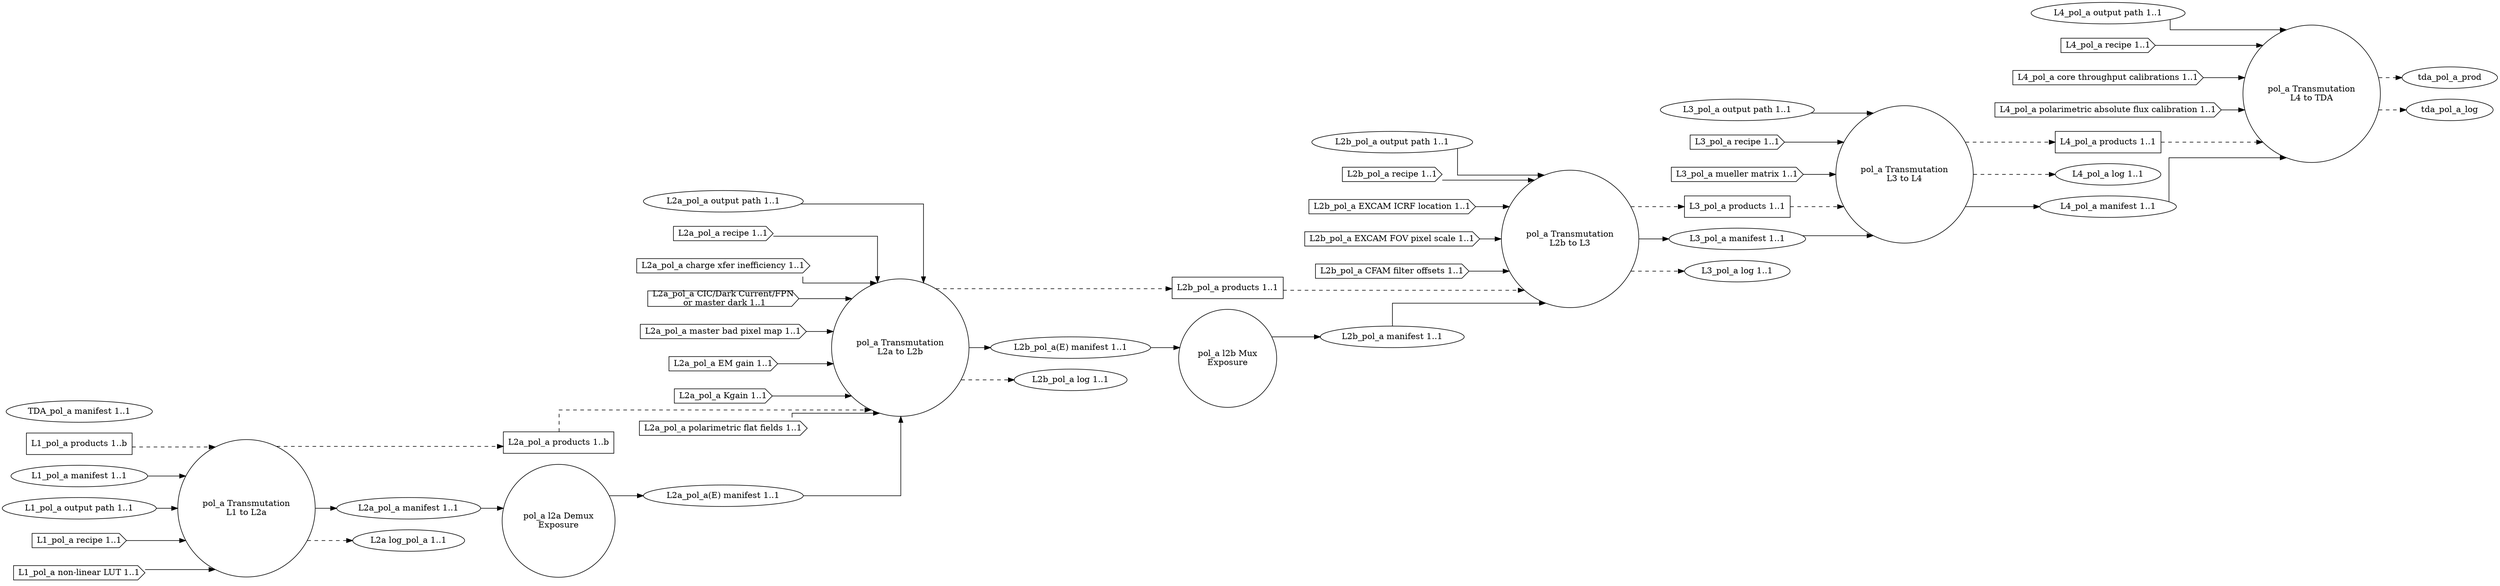
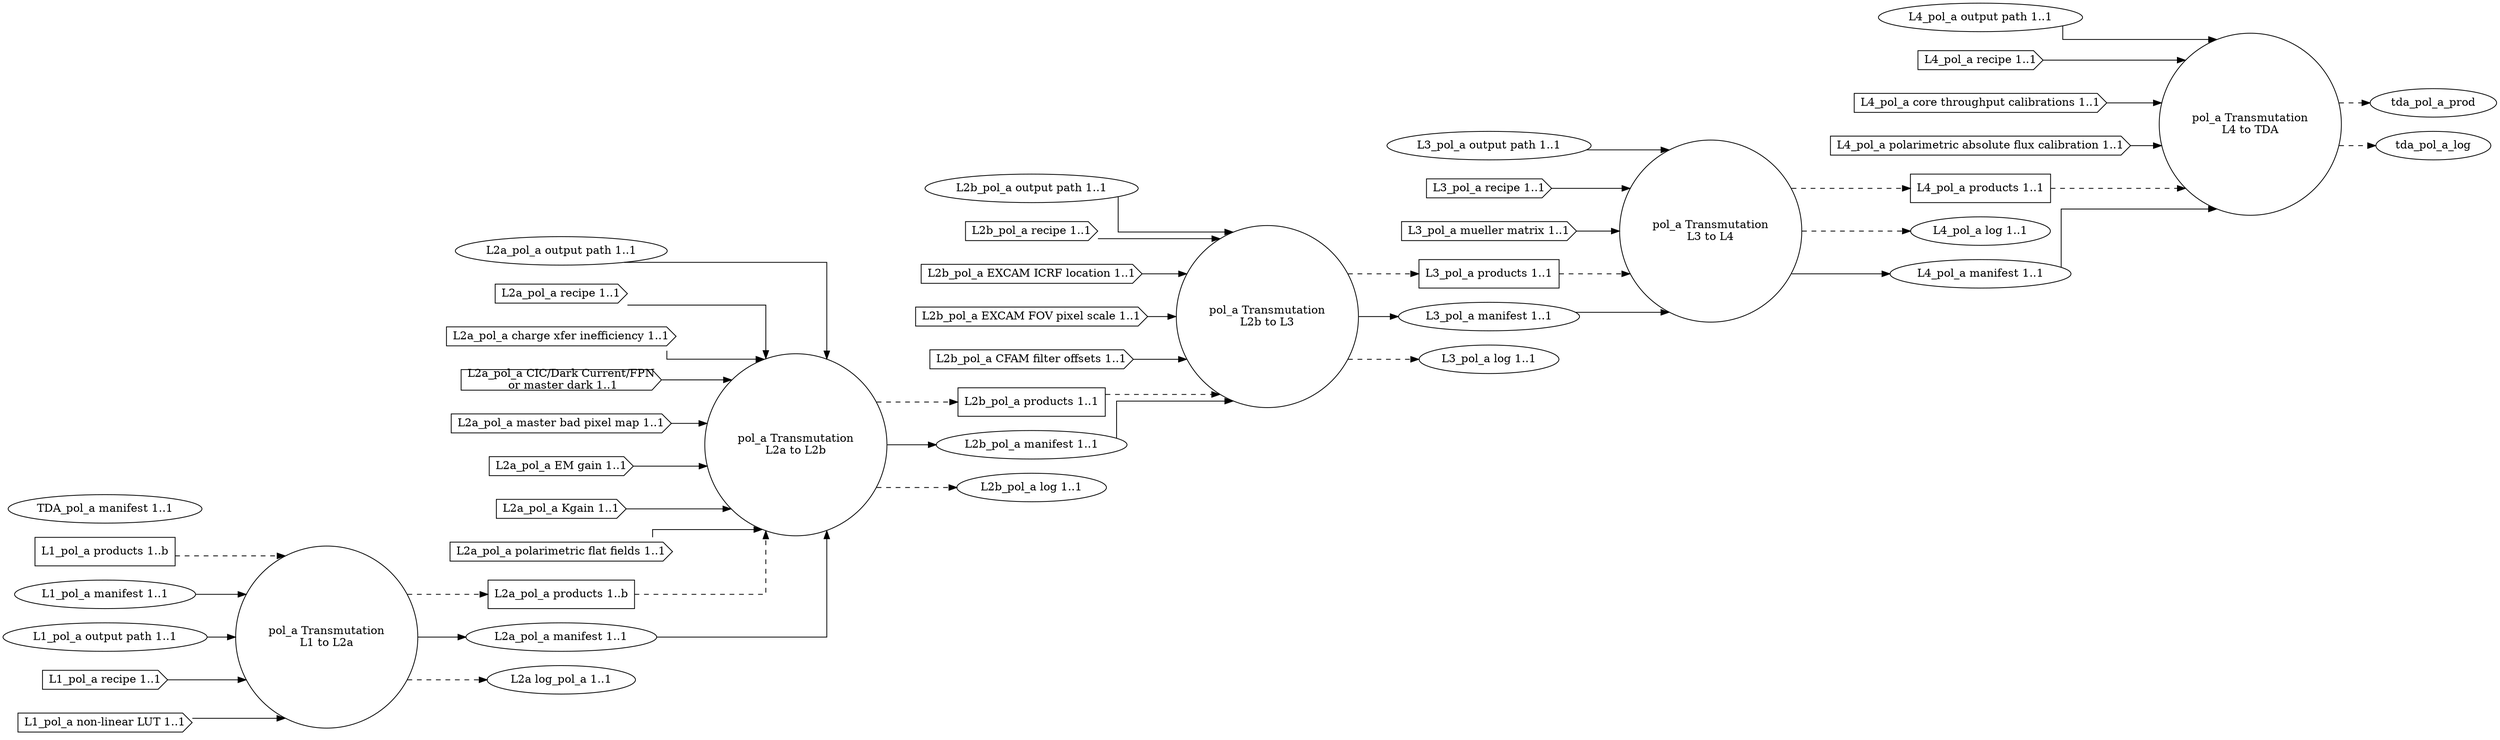
digraph PolarimetryAnalog {
graph [splines="ortho", rankdir=LR];
trans_pol_a_l1_l2a [label="pol_a Transmutation\nL1 to L2a", shape="circle", runname="l1.transmutation_pol_a", runtype="dawgie.Algorithm", fsmtype="dip.base.Runner"];
- l2a_pol_a_demux [label="pol_a l2a Demux\nExposure", shape="circle", runname="l2a.demux_pol_a", runtype="dawgie.Algorithm", fsmtype="dip.clerk.impls.demux.FSM"];
trans_pol_a_l2a_l2b [label="pol_a Transmutation\nL2a to L2b", shape="circle", runname="l2a.transmutation_pol_a", runtype="dawgie.Algorithm", fsmtype="dip.base.Runner"];
- l2b_pol_a_mux [label="pol_a l2b Mux\nExposure", shape="circle", runname="l2b.mux_pol_a", runtype="dawgie.Analyzer", fsmtype="dip.clerk.impls.mux.FSM"];
trans_pol_a_l2b_l3 [label="pol_a Transmutation\nL2b to L3", shape="circle", runname="l2b.transmutation_pol_a", runtype="dawgie.Algorithm", fsmtype="dip.base.Runner"];
trans_pol_a_l3_l4 [label="pol_a Transmutation\nL3 to L4", shape="circle", runname="l3.transmutation_pol_a", runtype="dawgie.Algorithm", fsmtype="dip.base.Runner"];
trans_pol_a_l4_tda [label="pol_a Transmutation\nL4 to TDA", shape="circle", runname="l4.transmutation_pol_a", runtype="dawgie.Algorithm", fsmtype="dip.base.Runner"];
l1_pol_a_prod [label="L1_pol_a products 1..b", shape="rectangle"];
l1_pol_a_man [label="L1_pol_a manifest 1..1", shape="ellipse"];
l1_pol_a_odir [label="L1_pol_a output path 1..1", shape="ellipse"];
l1_pol_a_rec [label="L1_pol_a recipe 1..1", shape="cds"];
l1_pol_a_nllut [label="L1_pol_a non-linear LUT 1..1", shape="cds"];
l2a_pol_a_prod [label="L2a_pol_a products 1..b", shape="rectangle"];
l2a_pol_a_man [label="L2a_pol_a manifest 1..1", shape="ellipse", valname="l1.transmutation_pol_a.product.manifest", valtype="dip.base.Manifest"];
l2a_pol_a_odir [label="L2a_pol_a output path 1..1", shape="ellipse"];
l2a_pol_a_rec [label="L2a_pol_a recipe 1..1", shape="cds"];
l2a_pol_a_cti [label="L2a_pol_a charge xfer inefficiency 1..1", shape="cds"];
l2a_pol_a_dnb [label="L2a_pol_a CIC/Dark Current/FPN\n or master dark 1..1", shape="cds"];
l2a_pol_a_mbpm [label="L2a_pol_a master bad pixel map 1..1", shape="cds"];
l2a_pol_a_emg [label="L2a_pol_a EM gain 1..1", shape="cds"];
l2a_pol_a_kgain [label="L2a_pol_a Kgain 1..1", shape="cds"];
l2a_pol_a_polff [label="L2a_pol_a polarimetric flat fields 1..1", shape="cds"];
l2a_pol_a_log [label="L2a log_pol_a 1..1", shape="ellipse"];
- l2a_pol_a_man_demux [label="L2a_pol_a(E) manifest 1..1", shape="ellipse", valname="l2a.demux_pol_a.product.manifest", valtype="dip.base.Manifest"];
l2b_pol_a_prod [label="L2b_pol_a products 1..1", shape="rectangle"];
- l2b_pol_a_man [label="L2b_pol_a manifest 1..1", shape="ellipse", valname="l2b.mux_pol_a.product.manifest", valtype="dip.base.Manifest"];
+ l2b_pol_a_man [label="L2b_pol_a manifest 1..1", shape="ellipse", valname="l2b.transmutation_pol_a.product.manifest", valtype="dip.base.Manifest"];
l2b_pol_a_odir [label="L2b_pol_a output path 1..1", shape="ellipse"];
l2b_pol_a_rec [label="L2b_pol_a recipe 1..1", shape="cds"];
l2b_pol_a_excicrf [label="L2b_pol_a EXCAM ICRF location 1..1", shape="cds"];
l2b_pol_a_excfovps [label="L2b_pol_a EXCAM FOV pixel scale 1..1", shape="cds"];
l2b_pol_a_cfamfo [label="L2b_pol_a CFAM filter offsets 1..1", shape="cds"];
- l2b_pol_a_man_demux [label="L2b_pol_a(E) manifest 1..1", shape="ellipse", valname="l2a.transmutation_pol_a.product.manifest", valtype="dip.base.Manifest"];
l2b_pol_a_log [label="L2b_pol_a log 1..1", shape="ellipse"];
l3_pol_a_prod [label="L3_pol_a products 1..1", shape="rectangle"];
l3_pol_a_odir [label="L3_pol_a output path 1..1", shape="ellipse"];
l3_pol_a_man [label="L3_pol_a manifest 1..1", shape="ellipse", valname="l2b.transmutation_pol_a.product.manifest", valtype="dip.base.Manifest"];
l3_pol_a_rec [label="L3_pol_a recipe 1..1", shape="cds"];
l3_pol_a_mueller [label="L3_pol_a mueller matrix 1..1", shape="cds"];
l3_pol_a_log [label="L3_pol_a log 1..1", shape="ellipse"];
l4_pol_a_prod [label="L4_pol_a products 1..1", shape="rectangle"];
l4_pol_a_log [label="L4_pol_a log 1..1", shape="ellipse"];
l4_pol_a_man [label="L4_pol_a manifest 1..1", shape="ellipse", valname="l3.transmutation_pol_a.product.manifest", valtype="dip.base.Manifest"];
l4_pol_a_odir [label="L4_pol_a output path 1..1", shape="ellipse"];
l4_pol_a_rec [label="L4_pol_a recipe 1..1", shape="cds"];
l4_pol_a_ctcal [label="L4_pol_a core throughput calibrations 1..1", shape="cds"];
l4_pol_a_afcal [label="L4_pol_a polarimetric absolute flux calibration 1..1", shape="cds"];
tda_pol_a_man [label="TDA_pol_a manifest 1..1", shape="ellipse", valname="l4.transmutation_pol_a.product.manifest", valtype="dip.base.Manifest"];
l1_pol_a_prod -> trans_pol_a_l1_l2a [style="dashed"];
l1_pol_a_man -> trans_pol_a_l1_l2a;
l1_pol_a_odir -> trans_pol_a_l1_l2a;
l1_pol_a_rec -> trans_pol_a_l1_l2a;
l1_pol_a_nllut -> trans_pol_a_l1_l2a;
trans_pol_a_l1_l2a -> l2a_pol_a_prod [style="dashed"];
trans_pol_a_l1_l2a -> l2a_pol_a_man;
trans_pol_a_l1_l2a -> l2a_pol_a_log [style="dashed"];
l2a_pol_a_prod -> trans_pol_a_l2a_l2b [style="dashed"];
l2a_pol_a_odir -> trans_pol_a_l2a_l2b;
l2a_pol_a_rec -> trans_pol_a_l2a_l2b;
l2a_pol_a_cti -> trans_pol_a_l2a_l2b;
l2a_pol_a_dnb -> trans_pol_a_l2a_l2b;
l2a_pol_a_mbpm -> trans_pol_a_l2a_l2b;
l2a_pol_a_emg -> trans_pol_a_l2a_l2b;
l2a_pol_a_kgain -> trans_pol_a_l2a_l2b;
l2a_pol_a_polff -> trans_pol_a_l2a_l2b;
trans_pol_a_l2a_l2b -> l2b_pol_a_prod [style="dashed"];
- trans_pol_a_l2a_l2b -> l2b_pol_a_man_demux;
+ trans_pol_a_l2a_l2b -> l2b_pol_a_man;
trans_pol_a_l2a_l2b -> l2b_pol_a_log [style="dashed"];
- l2a_pol_a_man -> l2a_pol_a_demux;
- l2a_pol_a_demux -> l2a_pol_a_man_demux;
- l2a_pol_a_man_demux -> trans_pol_a_l2a_l2b;
- l2b_pol_a_man_demux -> l2b_pol_a_mux;
- l2b_pol_a_mux -> l2b_pol_a_man;
+ l2a_pol_a_man -> trans_pol_a_l2a_l2b;
l2b_pol_a_prod -> trans_pol_a_l2b_l3 [style="dashed"];
l2b_pol_a_man -> trans_pol_a_l2b_l3;
l2b_pol_a_odir -> trans_pol_a_l2b_l3;
l2b_pol_a_rec -> trans_pol_a_l2b_l3;
l2b_pol_a_excicrf -> trans_pol_a_l2b_l3;
l2b_pol_a_excfovps -> trans_pol_a_l2b_l3;
l2b_pol_a_cfamfo -> trans_pol_a_l2b_l3;
trans_pol_a_l2b_l3 -> l3_pol_a_prod [style="dashed"];
trans_pol_a_l2b_l3 -> l3_pol_a_man;
trans_pol_a_l2b_l3 -> l3_pol_a_log [style="dashed"];
l3_pol_a_prod -> trans_pol_a_l3_l4 [style="dashed"];
l3_pol_a_man -> trans_pol_a_l3_l4;
l3_pol_a_odir -> trans_pol_a_l3_l4;
l3_pol_a_rec -> trans_pol_a_l3_l4;
l3_pol_a_mueller -> trans_pol_a_l3_l4;
trans_pol_a_l3_l4 -> l4_pol_a_prod [style="dashed"];
trans_pol_a_l3_l4 -> l4_pol_a_log [style="dashed"];
trans_pol_a_l3_l4 -> l4_pol_a_man;
l4_pol_a_prod -> trans_pol_a_l4_tda [style="dashed"];
l4_pol_a_man -> trans_pol_a_l4_tda;
l4_pol_a_odir -> trans_pol_a_l4_tda;
l4_pol_a_rec -> trans_pol_a_l4_tda;
l4_pol_a_ctcal -> trans_pol_a_l4_tda;
l4_pol_a_afcal -> trans_pol_a_l4_tda;
trans_pol_a_l4_tda -> tda_pol_a_prod [style="dashed"];
trans_pol_a_l4_tda -> tda_pol_a_log [style="dashed"];
}
